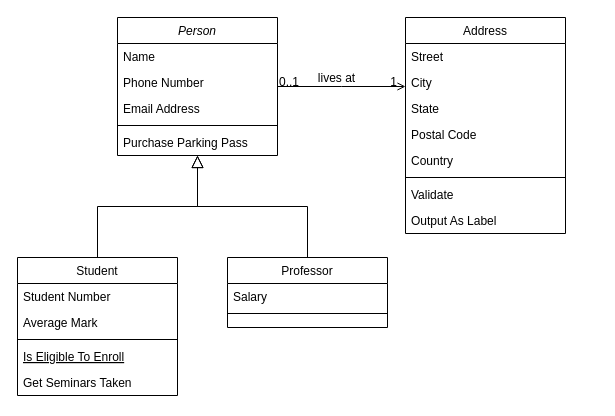
This is ex-2-class-diagram.drawio from kdeif/blockchain-otc-dapp, a draw.io file, before an edit. Source tidied: cells renumbered, new cells numbered last; positions are measured from the earlier drawing's top-left corner, leaving out a move shared by most shapes. Both pictures are drawn from the tidied source at 100%, with x=0, y=0 at pixel (17, 17).
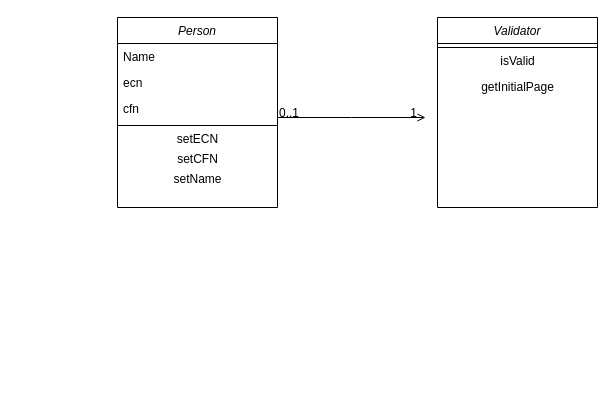
Above is the later version.

Diff of the diagram source:
```diff
@@
     <mxCell id="2" value="Person" style="swimlane;fontStyle=2;align=center;verticalAlign=top;horizontal=1;startSize=26;rounded=0;shadow=0;strokeWidth=1;" parent="1" vertex="1">
-      <mxGeometry x="100" width="160" height="138" as="geometry" />
+      <mxGeometry x="100" width="160" height="190" as="geometry" />
     </mxCell>
@@
-    <mxCell id="4" value="Phone Number" style="text;align=left;verticalAlign=top;spacingLeft=4;spacingRight=4;overflow=hidden;rounded=0;shadow=0;html=0;" parent="2" vertex="1">
+    <mxCell id="4" value="ecn" style="text;align=left;verticalAlign=top;spacingLeft=4;spacingRight=4;overflow=hidden;rounded=0;shadow=0;html=0;" parent="2" vertex="1">
       <mxGeometry y="52" width="160" height="26" as="geometry" />
     </mxCell>
-    <mxCell id="5" value="Email Address" style="text;align=left;verticalAlign=top;spacingLeft=4;spacingRight=4;overflow=hidden;rounded=0;shadow=0;html=0;" parent="2" vertex="1">
+    <mxCell id="5" value="cfn" style="text;align=left;verticalAlign=top;spacingLeft=4;spacingRight=4;overflow=hidden;rounded=0;shadow=0;html=0;" parent="2" vertex="1">
       <mxGeometry y="78" width="160" height="26" as="geometry" />
     </mxCell>
@@
-    <mxCell id="7" value="Purchase Parking Pass" style="text;align=left;verticalAlign=top;spacingLeft=4;spacingRight=4;overflow=hidden;" parent="2" vertex="1">
-      <mxGeometry y="112" width="160" height="26" as="geometry" />
-    </mxCell>
-    <mxCell id="8" value="Student" style="swimlane;fontStyle=0;align=center;verticalAlign=top;horizontal=1;startSize=26;rounded=0;shadow=0;strokeWidth=1;" parent="1" vertex="1">
-      <mxGeometry y="240" width="160" height="138" as="geometry" />
-    </mxCell>
-    <mxCell id="9" value="Student Number" style="text;align=left;verticalAlign=top;spacingLeft=4;spacingRight=4;overflow=hidden;" parent="8" vertex="1">
-      <mxGeometry y="26" width="160" height="26" as="geometry" />
-    </mxCell>
-    <mxCell id="10" value="Average Mark" style="text;align=left;verticalAlign=top;spacingLeft=4;spacingRight=4;overflow=hidden;rounded=0;shadow=0;html=0;" parent="8" vertex="1">
-      <mxGeometry y="52" width="160" height="26" as="geometry" />
-    </mxCell>
-    <mxCell id="11" style="line;html=1;strokeWidth=1;align=left;verticalAlign=middle;spacingTop=-1;spacingLeft=3;spacingRight=3;labelPosition=right;" parent="8" vertex="1">
-      <mxGeometry y="78" width="160" height="8" as="geometry" />
-    </mxCell>
-    <mxCell id="12" value="Is Eligible To Enroll" style="text;align=left;verticalAlign=top;spacingLeft=4;spacingRight=4;overflow=hidden;fontStyle=4;" parent="8" vertex="1">
-      <mxGeometry y="86" width="160" height="26" as="geometry" />
-    </mxCell>
-    <mxCell id="13" value="Get Seminars Taken" style="text;align=left;verticalAlign=top;spacingLeft=4;spacingRight=4;overflow=hidden;" parent="8" vertex="1">
-      <mxGeometry y="112" width="160" height="26" as="geometry" />
-    </mxCell>
-    <mxCell id="14" style="endArrow=block;endSize=10;endFill=0;shadow=0;strokeWidth=1;rounded=0;edgeStyle=elbowEdgeStyle;elbow=vertical;" parent="1" edge="1" source="8" target="2">
-      <mxGeometry relative="1" as="geometry" />
-    </mxCell>
-    <mxCell id="15" value="Professor" style="swimlane;fontStyle=0;align=center;verticalAlign=top;horizontal=1;startSize=26;rounded=0;shadow=0;strokeWidth=1;" parent="1" vertex="1">
-      <mxGeometry x="210" y="240" width="160" height="70" as="geometry" />
-    </mxCell>
-    <mxCell id="16" value="Salary" style="text;align=left;verticalAlign=top;spacingLeft=4;spacingRight=4;overflow=hidden;" parent="15" vertex="1">
-      <mxGeometry y="26" width="160" height="26" as="geometry" />
-    </mxCell>
-    <mxCell id="17" style="line;html=1;strokeWidth=1;align=left;verticalAlign=middle;spacingTop=-1;spacingLeft=3;spacingRight=3;labelPosition=right;" parent="15" vertex="1">
-      <mxGeometry y="52" width="160" height="8" as="geometry" />
-    </mxCell>
-    <mxCell id="18" style="endArrow=block;endSize=10;endFill=0;shadow=0;strokeWidth=1;rounded=0;edgeStyle=elbowEdgeStyle;elbow=vertical;" parent="1" edge="1" source="15" target="2">
-      <mxGeometry relative="1" as="geometry" />
-    </mxCell>
-    <mxCell id="19" value="Address" style="swimlane;fontStyle=0;align=center;verticalAlign=top;horizontal=1;startSize=26;rounded=0;shadow=0;strokeWidth=1;" parent="1" vertex="1">
-      <mxGeometry x="388" width="160" height="216" as="geometry" />
-    </mxCell>
-    <mxCell id="20" value="Street" style="text;align=left;verticalAlign=top;spacingLeft=4;spacingRight=4;overflow=hidden;" parent="19" vertex="1">
-      <mxGeometry y="26" width="160" height="26" as="geometry" />
-    </mxCell>
-    <mxCell id="21" value="City" style="text;align=left;verticalAlign=top;spacingLeft=4;spacingRight=4;overflow=hidden;rounded=0;shadow=0;html=0;" parent="19" vertex="1">
-      <mxGeometry y="52" width="160" height="26" as="geometry" />
-    </mxCell>
-    <mxCell id="22" value="State" style="text;align=left;verticalAlign=top;spacingLeft=4;spacingRight=4;overflow=hidden;rounded=0;shadow=0;html=0;" parent="19" vertex="1">
-      <mxGeometry y="78" width="160" height="26" as="geometry" />
-    </mxCell>
-    <mxCell id="23" value="Postal Code" style="text;align=left;verticalAlign=top;spacingLeft=4;spacingRight=4;overflow=hidden;rounded=0;shadow=0;html=0;" parent="19" vertex="1">
-      <mxGeometry y="104" width="160" height="26" as="geometry" />
-    </mxCell>
-    <mxCell id="24" value="Country" style="text;align=left;verticalAlign=top;spacingLeft=4;spacingRight=4;overflow=hidden;rounded=0;shadow=0;html=0;" parent="19" vertex="1">
-      <mxGeometry y="130" width="160" height="26" as="geometry" />
-    </mxCell>
-    <mxCell id="25" style="line;html=1;strokeWidth=1;align=left;verticalAlign=middle;spacingTop=-1;spacingLeft=3;spacingRight=3;labelPosition=right;" parent="19" vertex="1">
-      <mxGeometry y="156" width="160" height="8" as="geometry" />
-    </mxCell>
-    <mxCell id="26" value="Validate" style="text;align=left;verticalAlign=top;spacingLeft=4;spacingRight=4;overflow=hidden;" parent="19" vertex="1">
-      <mxGeometry y="164" width="160" height="26" as="geometry" />
-    </mxCell>
-    <mxCell id="27" value="Output As Label" style="text;align=left;verticalAlign=top;spacingLeft=4;spacingRight=4;overflow=hidden;" parent="19" vertex="1">
-      <mxGeometry y="190" width="160" height="26" as="geometry" />
-    </mxCell>
+    <mxCell id="32" value="setECN" style="text;html=1;align=center;verticalAlign=middle;strokeColor=none;" parent="2" vertex="1">
+      <mxGeometry y="112" width="160" height="20" as="geometry" />
+    </mxCell>
+    <mxCell id="33" value="setCFN" style="text;html=1;align=center;verticalAlign=middle;strokeColor=none;" parent="2" vertex="1">
+      <mxGeometry y="132" width="160" height="20" as="geometry" />
+    </mxCell>
+    <mxCell id="34" value="setName" style="text;html=1;align=center;verticalAlign=middle;strokeColor=none;" parent="2" vertex="1">
+      <mxGeometry y="152" width="160" height="20" as="geometry" />
+    </mxCell>
-    <mxCell id="28" style="endArrow=open;shadow=0;strokeWidth=1;rounded=0;endFill=1;edgeStyle=elbowEdgeStyle;elbow=vertical;" parent="1" edge="1" source="2" target="19">
+    <mxCell id="28" style="endArrow=open;shadow=0;strokeWidth=1;rounded=0;endFill=1;edgeStyle=elbowEdgeStyle;elbow=vertical;" parent="1" edge="1" source="2">
       <mxGeometry x="0.5" y="41" relative="1" as="geometry">
+        <mxPoint x="408" y="100" as="targetPoint" />
         <mxPoint x="-40" y="32" as="offset" />
       </mxGeometry>
     </mxCell>
@@
-    <mxCell id="31" value="lives at" style="text;html=1;align=center;verticalAlign=middle;labelBackgroundColor=none;rounded=0;shadow=0;strokeWidth=1;fontSize=12;" parent="28" vertex="1">
-      <mxGeometry x="0.5" y="49" relative="1" as="geometry">
-        <mxPoint x="-38" y="40" as="offset" />
-      </mxGeometry>
-    </mxCell>
+    <mxCell id="35" value="Validator" style="swimlane;fontStyle=2;align=center;verticalAlign=top;horizontal=1;startSize=26;rounded=0;shadow=0;strokeWidth=1;" parent="1" vertex="1">
+      <mxGeometry x="420" width="160" height="190" as="geometry" />
+    </mxCell>
+    <mxCell id="36" style="line;html=1;strokeWidth=1;align=left;verticalAlign=middle;spacingTop=-1;spacingLeft=3;spacingRight=3;labelPosition=right;" parent="35" vertex="1">
+      <mxGeometry y="26" width="160" height="8" as="geometry" />
+    </mxCell>
+    <mxCell id="37" value="isValid" style="text;html=1;align=center;verticalAlign=middle;strokeColor=none;" parent="35" vertex="1">
+      <mxGeometry y="34" width="160" height="20" as="geometry" />
+    </mxCell>
+    <mxCell id="38" value="getInitialPage" style="text;html=1;align=center;verticalAlign=middle;strokeColor=none;" parent="1" vertex="1">
+      <mxGeometry x="455" y="60" width="90" height="20" as="geometry" />
+    </mxCell>
```
